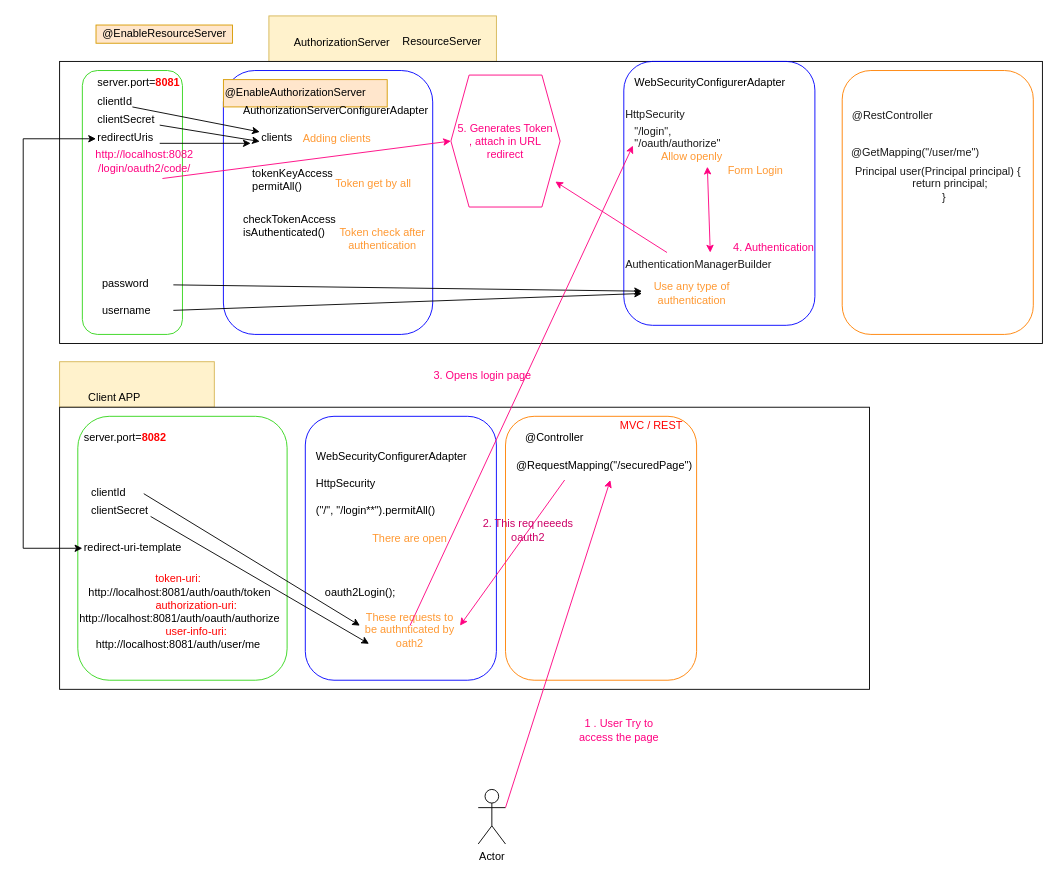
This is OAUTH2 Arch.drawio from dhronan/spring-security-oauth-example, a draw.io file, before an edit. Source tidied: cells renumbered, new cells numbered last; positions are measured from the earlier drawing's top-left corner, leaving out a move shared by most shapes. Both pictures are drawn from the tidied source at 91%, with x=0, y=0 at pixel (23, 15).
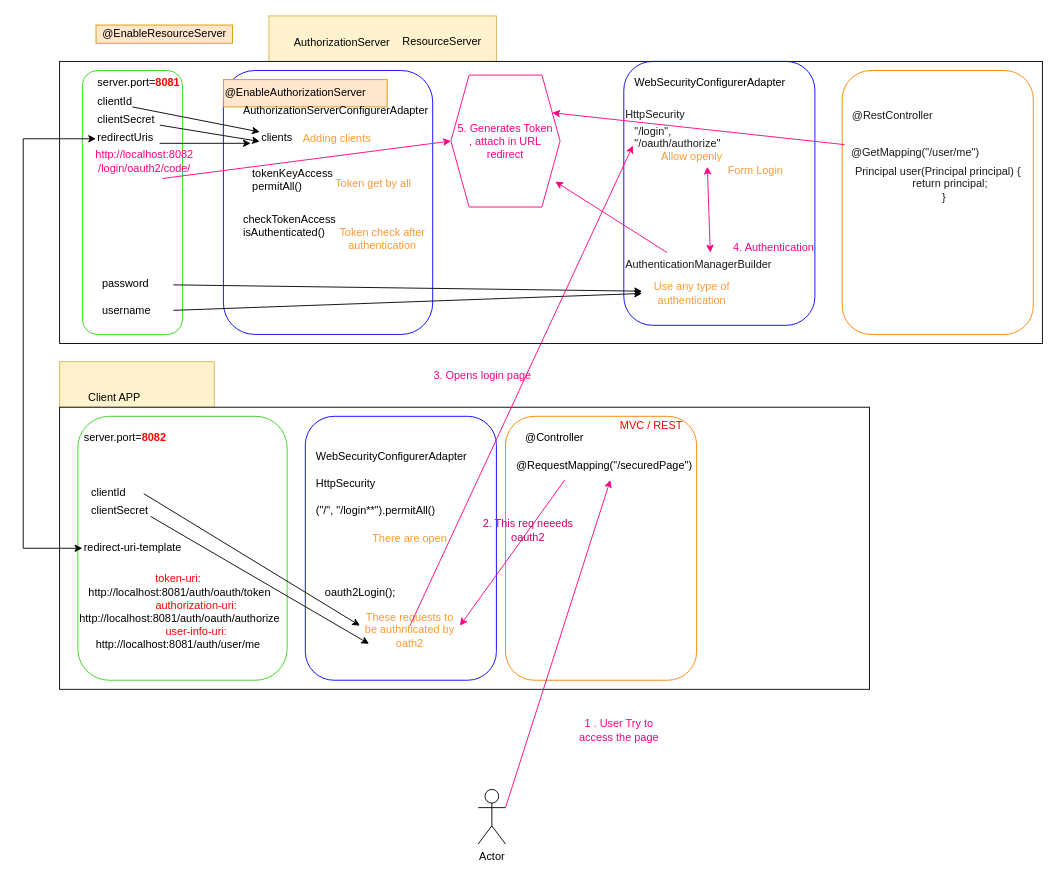
The same page after the edit.

The change refers to these unchanged cells:
```xml
<mxCell id="40" value="@GetMapping(&quot;/user/me&quot;)" style="text;html=1;align=center;verticalAlign=middle;points=[];strokeColor=none;fillColor=none;fontColor=#1A1A1A;" parent="1" vertex="1">
  <mxGeometry x="900" y="140" width="160" height="20" as="geometry" />
</mxCell>
<mxCell id="75" style="shape=hexagon;perimeter=hexagonPerimeter2;whiteSpace=wrap;html=1;fixedSize=1;fontColor=#FF0080;strokeColor=#FF0080;fillColor=none;" parent="1" vertex="1">
  <mxGeometry x="470" y="65" width="120" height="145" as="geometry" />
</mxCell>
```

The edit, as a diff of the source:
```diff
@@
+    <mxCell id="77" style="endArrow=classic;html=1;rounded=0;exitX=0.017;exitY=0.073;exitDx=0;exitDy=0;strokeColor=#FF0080;entryX=1;entryY=0.25;entryDx=0;entryDy=0;exitPerimeter=0;" parent="1" edge="1" source="40" target="75">
+      <mxGeometry relative="1" as="geometry" />
+    </mxCell>
```
